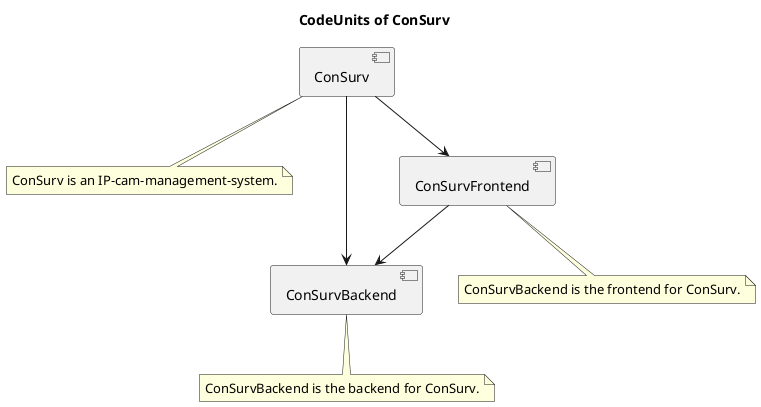
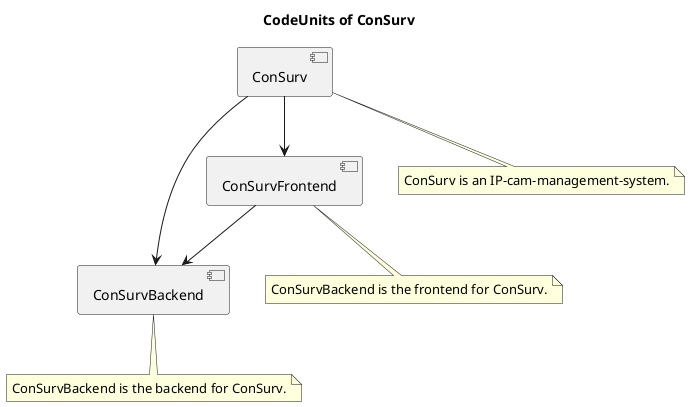
@startuml CodeUnits-Overview
title CodeUnits of ConSurv
- 
- [ConSurv]
- note as ConSurvNote
-   ConSurv is an IP-cam-management-system.
- end note
- ConSurv .. ConSurvNote

[ConSurvBackend]
note as ConSurvBackendNote
  ConSurvBackend is the backend for ConSurv.
end note
ConSurvBackend .. ConSurvBackendNote

[ConSurvFrontend]
note as ConSurvFrontendNote
  ConSurvBackend is the frontend for ConSurv.
end note
ConSurvFrontend .. ConSurvFrontendNote

+ [ConSurv]
+ note as ConSurvNote
+   ConSurv is an IP-cam-management-system.
+ end note
+ ConSurv .. ConSurvNote
+ 
+ ConSurvFrontend --> ConSurvBackend
ConSurv --> ConSurvBackend
ConSurv --> ConSurvFrontend
- ConSurvFrontend --> ConSurvBackend

@enduml